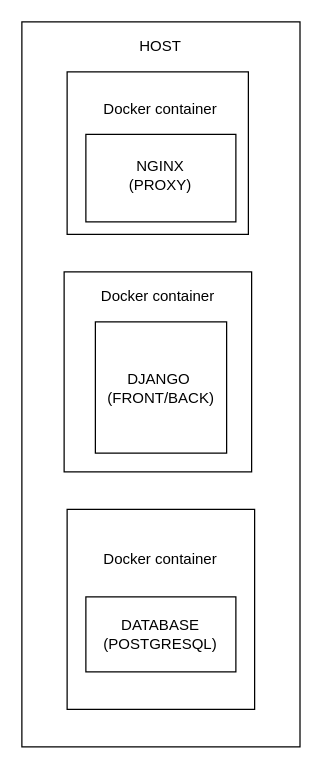
Before: page "Project structure" (1 of 2) of Untitled Diagram.drawio in JuMasta/project-structure-diagrams, a draw.io diagram. Source tidied: cells renumbered, new cells numbered last; positions are measured from the earlier drawing's top-left corner, leaving out a move shared by most shapes. Both pictures are drawn from the tidied source at 125%, with x=0, y=0 at pixel (21, 21).
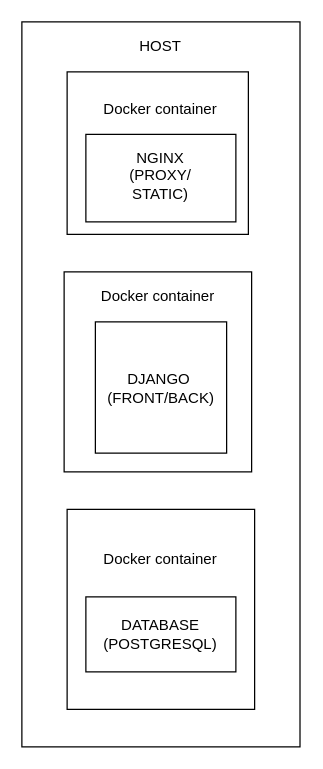
After the change.

What changed in the source:
```diff
@@
 <mxGraphModel>
   <root>
     <mxCell id="0" />
     <mxCell id="1" parent="0" />
     <mxCell id="2" style="rounded=0;whiteSpace=wrap;html=1;" parent="1" vertex="1">
       <mxGeometry width="222.5" height="580" as="geometry" />
     </mxCell>
     <mxCell id="3" style="rounded=0;whiteSpace=wrap;html=1;" parent="1" vertex="1">
       <mxGeometry x="33.8" y="200" width="150" height="160" as="geometry" />
     </mxCell>
     <mxCell id="4" value="DJANGO&amp;nbsp;&lt;br&gt;(FRONT/BACK)" style="whiteSpace=wrap;html=1;" parent="1" vertex="1">
       <mxGeometry x="58.8" y="240" width="105" height="105" as="geometry" />
     </mxCell>
     <mxCell id="5" value="Docker container" style="text;html=1;strokeColor=none;fillColor=none;align=center;verticalAlign=middle;whiteSpace=wrap;rounded=0;" parent="1" vertex="1">
       <mxGeometry x="43.8" y="200" width="130" height="40" as="geometry" />
     </mxCell>
     <mxCell id="6" style="rounded=0;whiteSpace=wrap;html=1;" parent="1" vertex="1">
       <mxGeometry x="36.2" y="390" width="150" height="160" as="geometry" />
     </mxCell>
     <mxCell id="7" value="DATABASE&lt;br&gt;(POSTGRESQL)" style="rounded=0;whiteSpace=wrap;html=1;" parent="1" vertex="1">
       <mxGeometry x="51.2" y="460" width="120" height="60" as="geometry" />
     </mxCell>
     <mxCell id="8" value="Docker container" style="text;html=1;strokeColor=none;fillColor=none;align=center;verticalAlign=middle;whiteSpace=wrap;rounded=0;" parent="1" vertex="1">
       <mxGeometry x="46.2" y="410" width="130" height="40" as="geometry" />
     </mxCell>
     <mxCell id="9" value="HOST" style="text;html=1;strokeColor=none;fillColor=none;align=center;verticalAlign=middle;whiteSpace=wrap;rounded=0;" parent="1" vertex="1">
       <mxGeometry x="91.2" y="10" width="40" height="20" as="geometry" />
     </mxCell>
     <mxCell id="10" style="rounded=0;whiteSpace=wrap;html=1;" parent="1" vertex="1">
       <mxGeometry x="36.2" y="40" width="145" height="130" as="geometry" />
     </mxCell>
     <mxCell id="11" value="Docker container" style="text;html=1;strokeColor=none;fillColor=none;align=center;verticalAlign=middle;whiteSpace=wrap;rounded=0;" parent="1" vertex="1">
       <mxGeometry x="46.2" y="50" width="130" height="40" as="geometry" />
     </mxCell>
     <mxCell id="12" style="rounded=0;whiteSpace=wrap;html=1;" parent="1" vertex="1">
       <mxGeometry x="51.2" y="90" width="120" height="70" as="geometry" />
     </mxCell>
-    <mxCell id="13" value="NGINX&lt;br&gt;(PROXY)" style="text;html=1;strokeColor=none;fillColor=none;align=center;verticalAlign=middle;whiteSpace=wrap;rounded=0;" parent="1" vertex="1">
+    <mxCell id="13" value="NGINX&lt;br&gt;(PROXY/&lt;br&gt;STATIC)" style="text;html=1;strokeColor=none;fillColor=none;align=center;verticalAlign=middle;whiteSpace=wrap;rounded=0;" parent="1" vertex="1">
       <mxGeometry x="91.2" y="110" width="40" height="25" as="geometry" />
     </mxCell>
   </root>
 </mxGraphModel>
```
